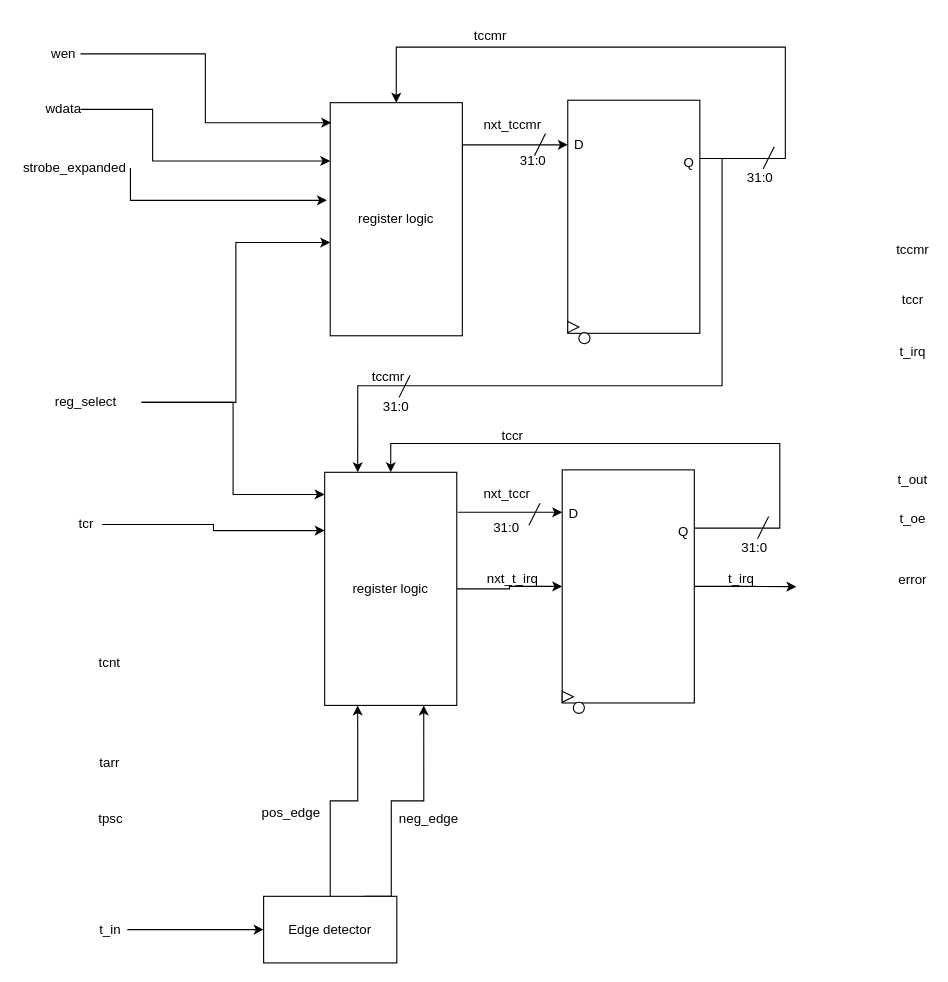
Before: page "Capture-Compare Channel" (4 of 4) of Timer/Timer.drawio in leung55/SoCET, a draw.io diagram. Source tidied: cells renumbered, new cells numbered last; positions are measured from the earlier drawing's top-left corner, leaving out a move shared by most shapes. Both pictures are drawn from the tidied source at 111%, with x=0, y=0 at pixel (19, 19).
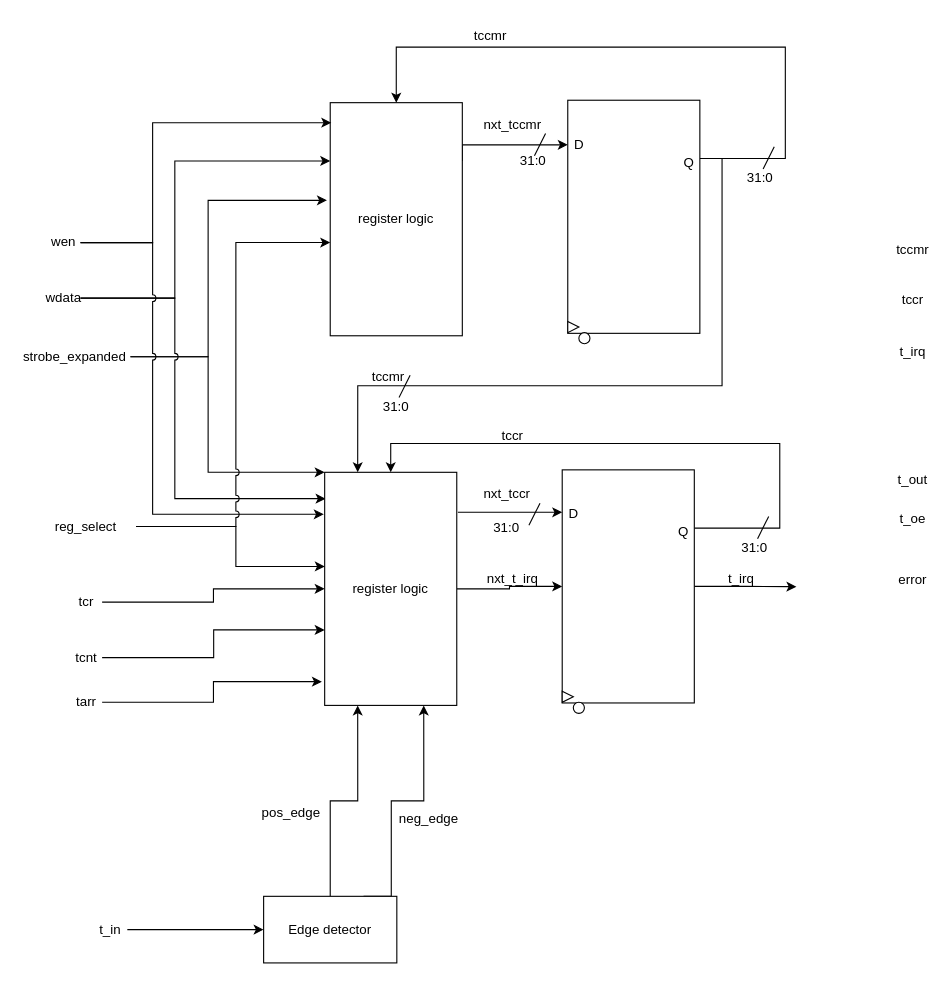
The same page after the edit.

Unchanged cells that the change refers to:
```xml
<mxCell id="21" value="register logic" style="rounded=0;whiteSpace=wrap;html=1;" parent="1" vertex="1">
  <mxGeometry x="280" y="75" width="119" height="210" as="geometry" />
</mxCell>
<mxCell id="38" value="register logic" style="rounded=0;whiteSpace=wrap;html=1;" parent="1" vertex="1">
  <mxGeometry x="275" y="408" width="119" height="210" as="geometry" />
</mxCell>
```

The edit, as a diff of the source:
```diff
@@
+    <mxCell id="65" style="edgeStyle=orthogonalEdgeStyle;rounded=0;jettySize=auto;html=1;exitX=1;exitY=0.5;exitDx=0;exitDy=0;entryX=0;entryY=0;entryDx=0;entryDy=0;jumpStyle=arc;jumpSize=7;" parent="1" edge="1" source="9" target="38">
+      <mxGeometry relative="1" as="geometry">
+        <Array as="points">
+          <mxPoint x="170" y="304" />
+          <mxPoint x="170" y="408" />
+        </Array>
+      </mxGeometry>
+    </mxCell>
+    <mxCell id="66" style="edgeStyle=orthogonalEdgeStyle;rounded=0;jettySize=auto;html=1;exitX=1;exitY=0.5;exitDx=0;exitDy=0;entryX=0.007;entryY=0.113;entryDx=0;entryDy=0;entryPerimeter=0;jumpStyle=arc;" parent="1" edge="1" source="19" target="38">
+      <mxGeometry relative="1" as="geometry">
+        <Array as="points">
+          <mxPoint x="140" y="251" />
+          <mxPoint x="140" y="432" />
+        </Array>
+      </mxGeometry>
+    </mxCell>
+    <mxCell id="67" style="edgeStyle=orthogonalEdgeStyle;rounded=0;jettySize=auto;html=1;exitX=1;exitY=0.5;exitDx=0;exitDy=0;entryX=-0.007;entryY=0.18;entryDx=0;entryDy=0;entryPerimeter=0;jumpStyle=arc;" parent="1" edge="1" source="17" target="38">
+      <mxGeometry relative="1" as="geometry">
+        <Array as="points">
+          <mxPoint x="120" y="201" />
+          <mxPoint x="120" y="446" />
+        </Array>
+      </mxGeometry>
+    </mxCell>
     <mxCell id="2" value="tarr" style="text;html=1;strokeColor=none;fillColor=none;align=center;verticalAlign=middle;whiteSpace=wrap;rounded=0;" parent="1" vertex="1">
-      <mxGeometry x="67.2" y="660" width="29" height="20" as="geometry" />
+      <mxGeometry x="45.5" y="605.2" width="29" height="20" as="geometry" />
     </mxCell>
-    <mxCell id="3" value="tpsc" style="text;html=1;strokeColor=none;fillColor=none;align=center;verticalAlign=middle;whiteSpace=wrap;rounded=0;" parent="1" vertex="1">
-      <mxGeometry x="70.5" y="710" width="22.5" height="20" as="geometry" />
-    </mxCell>
+    <mxCell id="68" style="edgeStyle=orthogonalEdgeStyle;rounded=0;jettySize=auto;html=1;exitX=1;exitY=0.5;exitDx=0;exitDy=0;" parent="1" edge="1" source="4" target="38">
+      <mxGeometry relative="1" as="geometry">
+        <Array as="points">
+          <mxPoint x="175" y="575" />
+          <mxPoint x="175" y="550" />
+        </Array>
+      </mxGeometry>
+    </mxCell>
     <mxCell id="4" value="tcnt" style="text;html=1;strokeColor=none;fillColor=none;align=center;verticalAlign=middle;whiteSpace=wrap;rounded=0;" parent="1" vertex="1">
-      <mxGeometry x="67.2" y="570" width="29" height="20" as="geometry" />
+      <mxGeometry x="45.5" y="565" width="29" height="20" as="geometry" />
     </mxCell>
-    <mxCell id="5" style="edgeStyle=orthogonalEdgeStyle;rounded=0;jettySize=auto;html=1;exitX=1;exitY=0.5;exitDx=0;exitDy=0;entryX=0;entryY=0.25;entryDx=0;entryDy=0;" parent="1" edge="1" source="6" target="38">
+    <mxCell id="5" style="edgeStyle=orthogonalEdgeStyle;rounded=0;jettySize=auto;html=1;exitX=1;exitY=0.5;exitDx=0;exitDy=0;entryX=0;entryY=0.5;entryDx=0;entryDy=0;" parent="1" edge="1" source="6" target="38">
       <mxGeometry relative="1" as="geometry" />
     </mxCell>
     <mxCell id="6" value="tcr" style="text;html=1;strokeColor=none;fillColor=none;align=center;verticalAlign=middle;whiteSpace=wrap;rounded=0;" parent="1" vertex="1">
-      <mxGeometry x="45.5" y="445" width="29" height="20" as="geometry" />
+      <mxGeometry x="45.5" y="515" width="29" height="20" as="geometry" />
     </mxCell>
@@
     <mxCell id="9" value="strobe_expanded" style="text;html=1;align=center;verticalAlign=middle;whiteSpace=wrap;rounded=0;" parent="1" vertex="1">
-      <mxGeometry y="118.8" width="100" height="30" as="geometry" />
+      <mxGeometry y="288.9" width="100" height="30" as="geometry" />
     </mxCell>
     <mxCell id="10" value="reg_select" style="text;html=1;align=center;verticalAlign=middle;whiteSpace=wrap;rounded=0;" parent="1" vertex="1">
-      <mxGeometry x="10" y="330" width="100" height="30" as="geometry" />
+      <mxGeometry x="10" y="441.8" width="100" height="30" as="geometry" />
     </mxCell>
@@
     <mxCell id="17" value="wen" style="text;html=1;align=center;verticalAlign=middle;whiteSpace=wrap;rounded=0;" parent="1" vertex="1">
-      <mxGeometry x="25" y="16" width="30" height="30" as="geometry" />
+      <mxGeometry x="25" y="186.1" width="30" height="30" as="geometry" />
     </mxCell>
     <mxCell id="18" style="edgeStyle=orthogonalEdgeStyle;rounded=0;jettySize=auto;html=1;exitX=1;exitY=0.5;exitDx=0;exitDy=0;entryX=0;entryY=0.25;entryDx=0;entryDy=0;" parent="1" edge="1" source="19" target="21">
       <mxGeometry relative="1" as="geometry">
         <Array as="points">
-          <mxPoint x="120" y="81" />
-          <mxPoint x="120" y="128" />
+          <mxPoint x="140" y="251" />
+          <mxPoint x="140" y="128" />
         </Array>
       </mxGeometry>
     </mxCell>
     <mxCell id="19" value="wdata" style="text;html=1;align=center;verticalAlign=middle;whiteSpace=wrap;rounded=0;" parent="1" vertex="1">
-      <mxGeometry x="25" y="66" width="30" height="30" as="geometry" />
+      <mxGeometry x="25" y="236.1" width="30" height="30" as="geometry" />
     </mxCell>
@@
     <mxCell id="35" style="edgeStyle=orthogonalEdgeStyle;rounded=0;jettySize=auto;html=1;exitX=1;exitY=0.5;exitDx=0;exitDy=0;entryX=0.008;entryY=0.086;entryDx=0;entryDy=0;entryPerimeter=0;" parent="1" edge="1" source="17" target="21">
-      <mxGeometry relative="1" as="geometry" />
+      <mxGeometry relative="1" as="geometry">
+        <Array as="points">
+          <mxPoint x="120" y="201" />
+          <mxPoint x="120" y="93" />
+        </Array>
+      </mxGeometry>
     </mxCell>
-    <mxCell id="36" style="edgeStyle=orthogonalEdgeStyle;rounded=0;jettySize=auto;html=1;exitX=1;exitY=0.5;exitDx=0;exitDy=0;entryX=-0.025;entryY=0.419;entryDx=0;entryDy=0;entryPerimeter=0;" parent="1" edge="1" source="9" target="21">
-      <mxGeometry relative="1" as="geometry">
-        <Array as="points">
-          <mxPoint x="100" y="163" />
-        </Array>
-      </mxGeometry>
-    </mxCell>
@@
-    <mxCell id="53" style="edgeStyle=orthogonalEdgeStyle;rounded=0;jettySize=auto;html=1;exitX=1;exitY=0.5;exitDx=0;exitDy=0;entryX=0;entryY=0.6;entryDx=0;entryDy=0;entryPerimeter=0;" parent="1" edge="1" source="10" target="21">
+    <mxCell id="53" style="edgeStyle=orthogonalEdgeStyle;rounded=0;jettySize=auto;html=1;exitX=1;exitY=0.5;exitDx=0;exitDy=0;entryX=0;entryY=0.6;entryDx=0;entryDy=0;entryPerimeter=0;jumpStyle=arc;" parent="1" edge="1" source="10" target="21">
       <mxGeometry relative="1" as="geometry" />
     </mxCell>
-    <mxCell id="54" style="edgeStyle=orthogonalEdgeStyle;rounded=0;jettySize=auto;html=1;exitX=1;exitY=0.5;exitDx=0;exitDy=0;entryX=0;entryY=0.095;entryDx=0;entryDy=0;entryPerimeter=0;" parent="1" edge="1" source="10" target="38">
-      <mxGeometry relative="1" as="geometry" />
+    <mxCell id="54" style="edgeStyle=orthogonalEdgeStyle;rounded=0;jettySize=auto;html=1;exitX=1;exitY=0.5;exitDx=0;exitDy=0;entryX=0.001;entryY=0.404;entryDx=0;entryDy=0;entryPerimeter=0;" parent="1" edge="1" target="38">
+      <mxGeometry relative="1" as="geometry">
+        <mxPoint x="105" y="456.8" as="sourcePoint" />
+        <Array as="points">
+          <mxPoint x="195" y="457" />
+          <mxPoint x="195" y="493" />
+        </Array>
+      </mxGeometry>
     </mxCell>
@@
+    <mxCell id="36" style="edgeStyle=orthogonalEdgeStyle;rounded=0;jettySize=auto;html=1;exitX=1;exitY=0.5;exitDx=0;exitDy=0;entryX=-0.025;entryY=0.419;entryDx=0;entryDy=0;entryPerimeter=0;" parent="1" edge="1" source="9" target="21">
+      <mxGeometry relative="1" as="geometry">
+        <Array as="points">
+          <mxPoint x="170" y="304" />
+          <mxPoint x="170" y="163" />
+        </Array>
+      </mxGeometry>
+    </mxCell>
+    <mxCell id="69" style="edgeStyle=orthogonalEdgeStyle;rounded=0;jettySize=auto;html=1;exitX=1;exitY=0.5;exitDx=0;exitDy=0;entryX=-0.021;entryY=0.898;entryDx=0;entryDy=0;entryPerimeter=0;" parent="1" edge="1" source="2" target="38">
+      <mxGeometry relative="1" as="geometry" />
+    </mxCell>
```
